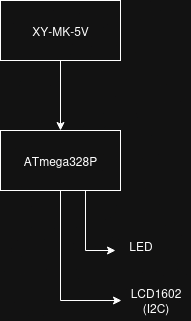
This is schematy_png/schemat_blokowy_odbiornika.drawio.png from hanna-maliszewska/morse_communication, a draw.io export, as it was before one commit. Source tidied: cells renumbered, new cells last; positions are measured from the earlier drawing's top-left corner, leaving out a move shared by most shapes.
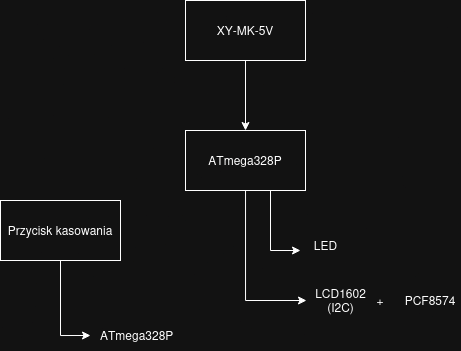
The same file after the commit.

What changed in the source:
```diff
@@ -28,5 +28,20 @@
     <mxCell id="8" value="LCD1602&lt;br&gt;(I2C)" style="text;html=1;align=center;verticalAlign=middle;points=[];strokeColor=none;fillColor=none;" parent="1" vertex="1">
       <mxGeometry x="120" y="280" width="70" height="40" as="geometry" />
     </mxCell>
+    <mxCell id="9" value="+" style="text;html=1;whiteSpace=wrap;strokeColor=none;fillColor=none;align=center;verticalAlign=middle;rounded=0;" parent="1" vertex="1">
+      <mxGeometry x="165" y="285" width="60" height="30" as="geometry" />
+    </mxCell>
+    <mxCell id="10" value="PCF8574" style="text;html=1;whiteSpace=wrap;strokeColor=none;fillColor=none;align=center;verticalAlign=middle;rounded=0;" parent="1" vertex="1">
+      <mxGeometry x="215" y="285" width="60" height="30" as="geometry" />
+    </mxCell>
+    <mxCell id="11" style="edgeStyle=orthogonalEdgeStyle;rounded=0;jettySize=auto;html=1;exitX=0.5;exitY=1;exitDx=0;exitDy=0;entryX=0;entryY=0.5;entryDx=0;entryDy=0;" parent="1" edge="1" source="12" target="13">
+      <mxGeometry relative="1" as="geometry" />
+    </mxCell>
+    <mxCell id="12" value="Przycisk kasowania" style="whiteSpace=wrap;html=1;" parent="1" vertex="1">
+      <mxGeometry x="-185" y="200" width="120" height="60" as="geometry" />
+    </mxCell>
+    <mxCell id="13" value="&amp;nbsp;ATmega328P" style="text;html=1;whiteSpace=wrap;strokeColor=none;fillColor=none;align=center;verticalAlign=middle;rounded=0;" parent="1" vertex="1">
+      <mxGeometry x="-95" y="320" width="90" height="30" as="geometry" />
+    </mxCell>
   </root>
 </mxGraphModel>
```
